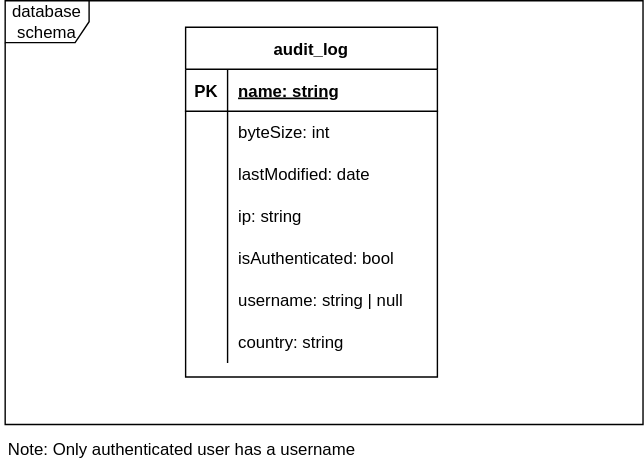
Above: analyzer/diagrams/db_schema.drawio.svg in paseaf/ContainerSSH-honeypot (draw.io), before the change. Source tidied: cells renumbered, new cells last; positions are measured from the earlier drawing's top-left corner, leaving out a move shared by most shapes. Its diagram source:
```xml
<mxGraphModel>
  <root>
    <mxCell id="0" />
    <mxCell id="1" parent="0" />
    <mxCell id="2" value="database schema" style="shape=umlFrame;whiteSpace=wrap;html=1;" parent="1" vertex="1">
      <mxGeometry x="3" width="456" height="303" as="geometry" />
    </mxCell>
    <mxCell id="3" value="audit_log" style="shape=table;startSize=30;rowLines=0;fontStyle=1;align=center;" parent="1" vertex="1">
      <mxGeometry x="132" y="19" width="180" height="250" as="geometry" />
    </mxCell>
    <mxCell id="4" style="shape=partialRectangle;fillColor=none;top=0;left=0;bottom=1;right=0;points=[[0,0.5],[1,0.5]];portConstraint=eastwest;" parent="3" vertex="1">
      <mxGeometry y="30" width="180" height="30" as="geometry" />
    </mxCell>
    <mxCell id="5" value="PK" style="shape=partialRectangle;fillColor=none;top=0;left=0;bottom=0;right=0;fontStyle=1;overflow=hidden;" parent="4" vertex="1">
      <mxGeometry width="30" height="30" as="geometry" />
    </mxCell>
    <mxCell id="6" value="name: string" style="shape=partialRectangle;fillColor=none;top=0;left=0;bottom=0;right=0;align=left;spacingLeft=6;fontStyle=5;overflow=hidden;" parent="4" vertex="1">
      <mxGeometry x="30" width="150" height="30" as="geometry" />
    </mxCell>
    <mxCell id="7" style="shape=partialRectangle;fillColor=none;top=0;left=0;bottom=0;right=0;" parent="3" vertex="1">
      <mxGeometry y="60" width="180" height="30" as="geometry" />
    </mxCell>
    <mxCell id="8" style="shape=partialRectangle;fillColor=none;top=0;left=0;bottom=0;right=0;overflow=hidden;" parent="7" vertex="1">
      <mxGeometry width="30" height="30" as="geometry" />
    </mxCell>
    <mxCell id="9" value="byteSize: int" style="shape=partialRectangle;fillColor=none;top=0;left=0;bottom=0;right=0;align=left;spacingLeft=6;overflow=hidden;" parent="7" vertex="1">
      <mxGeometry x="30" width="150" height="30" as="geometry" />
    </mxCell>
    <mxCell id="10" style="shape=partialRectangle;fillColor=none;top=0;left=0;bottom=0;right=0;" parent="3" vertex="1">
      <mxGeometry y="90" width="180" height="30" as="geometry" />
    </mxCell>
    <mxCell id="11" style="shape=partialRectangle;fillColor=none;top=0;left=0;bottom=0;right=0;overflow=hidden;" parent="10" vertex="1">
      <mxGeometry width="30" height="30" as="geometry" />
    </mxCell>
    <mxCell id="12" value="lastModified: date" style="shape=partialRectangle;fillColor=none;top=0;left=0;bottom=0;right=0;align=left;spacingLeft=6;overflow=hidden;" parent="10" vertex="1">
      <mxGeometry x="30" width="150" height="30" as="geometry" />
    </mxCell>
    <mxCell id="13" style="shape=partialRectangle;fillColor=none;top=0;left=0;bottom=0;right=0;" parent="3" vertex="1">
      <mxGeometry y="120" width="180" height="30" as="geometry" />
    </mxCell>
    <mxCell id="14" style="shape=partialRectangle;fillColor=none;top=0;left=0;bottom=0;right=0;overflow=hidden;" parent="13" vertex="1">
      <mxGeometry width="30" height="30" as="geometry" />
    </mxCell>
    <mxCell id="15" value="ip: string" style="shape=partialRectangle;fillColor=none;top=0;left=0;bottom=0;right=0;align=left;spacingLeft=6;overflow=hidden;" parent="13" vertex="1">
      <mxGeometry x="30" width="150" height="30" as="geometry" />
    </mxCell>
    <mxCell id="16" style="shape=partialRectangle;fillColor=none;top=0;left=0;bottom=0;right=0;" parent="3" vertex="1">
      <mxGeometry y="150" width="180" height="30" as="geometry" />
    </mxCell>
    <mxCell id="17" style="shape=partialRectangle;fillColor=none;top=0;left=0;bottom=0;right=0;overflow=hidden;" parent="16" vertex="1">
      <mxGeometry width="30" height="30" as="geometry" />
    </mxCell>
    <mxCell id="18" value="isAuthenticated: bool" style="shape=partialRectangle;fillColor=none;top=0;left=0;bottom=0;right=0;align=left;spacingLeft=6;overflow=hidden;" parent="16" vertex="1">
      <mxGeometry x="30" width="150" height="30" as="geometry" />
    </mxCell>
    <mxCell id="19" style="shape=partialRectangle;fillColor=none;top=0;left=0;bottom=0;right=0;" parent="3" vertex="1">
      <mxGeometry y="180" width="180" height="30" as="geometry" />
    </mxCell>
    <mxCell id="20" style="shape=partialRectangle;fillColor=none;top=0;left=0;bottom=0;right=0;overflow=hidden;" parent="19" vertex="1">
      <mxGeometry width="30" height="30" as="geometry" />
    </mxCell>
    <mxCell id="21" value="username: string | null" style="shape=partialRectangle;fillColor=none;top=0;left=0;bottom=0;right=0;align=left;spacingLeft=6;overflow=hidden;" parent="19" vertex="1">
      <mxGeometry x="30" width="150" height="30" as="geometry" />
    </mxCell>
    <mxCell id="22" style="shape=partialRectangle;fillColor=none;top=0;left=0;bottom=0;right=0;" parent="3" vertex="1">
      <mxGeometry y="210" width="180" height="30" as="geometry" />
    </mxCell>
    <mxCell id="23" style="shape=partialRectangle;fillColor=none;top=0;left=0;bottom=0;right=0;overflow=hidden;" parent="22" vertex="1">
      <mxGeometry width="30" height="30" as="geometry" />
    </mxCell>
    <mxCell id="24" value="country: string" style="shape=partialRectangle;fillColor=none;top=0;left=0;bottom=0;right=0;align=left;spacingLeft=6;overflow=hidden;" parent="22" vertex="1">
      <mxGeometry x="30" width="150" height="30" as="geometry" />
    </mxCell>
    <mxCell id="25" value="Note: Only authenticated user has a username" style="text;html=1;align=center;verticalAlign=middle;strokeColor=none;fillColor=none;" parent="1" vertex="1">
      <mxGeometry y="312" width="258" height="18" as="geometry" />
    </mxCell>
  </root>
</mxGraphModel>
```
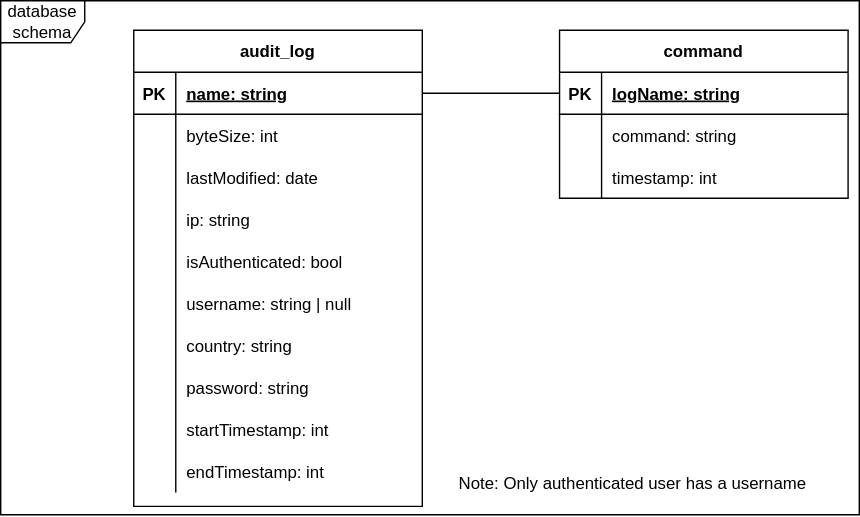
Later version of the same file.

Commit message:
feat: load decoded audit logs into db

Diff of the diagram source:
```diff
@@ -3,76 +3,136 @@
     <mxCell id="0" />
     <mxCell id="1" parent="0" />
     <mxCell id="2" value="database schema" style="shape=umlFrame;whiteSpace=wrap;html=1;" parent="1" vertex="1">
-      <mxGeometry x="3" width="456" height="303" as="geometry" />
+      <mxGeometry x="-20" y="-71" width="613" height="367" as="geometry" />
     </mxCell>
     <mxCell id="3" value="audit_log" style="shape=table;startSize=30;rowLines=0;fontStyle=1;align=center;" parent="1" vertex="1">
-      <mxGeometry x="132" y="19" width="180" height="250" as="geometry" />
+      <mxGeometry x="75" y="-50" width="206" height="340" as="geometry" />
     </mxCell>
     <mxCell id="4" style="shape=partialRectangle;fillColor=none;top=0;left=0;bottom=1;right=0;points=[[0,0.5],[1,0.5]];portConstraint=eastwest;" parent="3" vertex="1">
-      <mxGeometry y="30" width="180" height="30" as="geometry" />
+      <mxGeometry y="30" width="206" height="30" as="geometry" />
     </mxCell>
     <mxCell id="5" value="PK" style="shape=partialRectangle;fillColor=none;top=0;left=0;bottom=0;right=0;fontStyle=1;overflow=hidden;" parent="4" vertex="1">
       <mxGeometry width="30" height="30" as="geometry" />
     </mxCell>
     <mxCell id="6" value="name: string" style="shape=partialRectangle;fillColor=none;top=0;left=0;bottom=0;right=0;align=left;spacingLeft=6;fontStyle=5;overflow=hidden;" parent="4" vertex="1">
-      <mxGeometry x="30" width="150" height="30" as="geometry" />
+      <mxGeometry x="30" width="176" height="30" as="geometry" />
     </mxCell>
     <mxCell id="7" style="shape=partialRectangle;fillColor=none;top=0;left=0;bottom=0;right=0;" parent="3" vertex="1">
-      <mxGeometry y="60" width="180" height="30" as="geometry" />
+      <mxGeometry y="60" width="206" height="30" as="geometry" />
     </mxCell>
     <mxCell id="8" style="shape=partialRectangle;fillColor=none;top=0;left=0;bottom=0;right=0;overflow=hidden;" parent="7" vertex="1">
       <mxGeometry width="30" height="30" as="geometry" />
     </mxCell>
     <mxCell id="9" value="byteSize: int" style="shape=partialRectangle;fillColor=none;top=0;left=0;bottom=0;right=0;align=left;spacingLeft=6;overflow=hidden;" parent="7" vertex="1">
-      <mxGeometry x="30" width="150" height="30" as="geometry" />
+      <mxGeometry x="30" width="176" height="30" as="geometry" />
     </mxCell>
     <mxCell id="10" style="shape=partialRectangle;fillColor=none;top=0;left=0;bottom=0;right=0;" parent="3" vertex="1">
-      <mxGeometry y="90" width="180" height="30" as="geometry" />
+      <mxGeometry y="90" width="206" height="30" as="geometry" />
     </mxCell>
     <mxCell id="11" style="shape=partialRectangle;fillColor=none;top=0;left=0;bottom=0;right=0;overflow=hidden;" parent="10" vertex="1">
       <mxGeometry width="30" height="30" as="geometry" />
     </mxCell>
     <mxCell id="12" value="lastModified: date" style="shape=partialRectangle;fillColor=none;top=0;left=0;bottom=0;right=0;align=left;spacingLeft=6;overflow=hidden;" parent="10" vertex="1">
-      <mxGeometry x="30" width="150" height="30" as="geometry" />
+      <mxGeometry x="30" width="176" height="30" as="geometry" />
     </mxCell>
     <mxCell id="13" style="shape=partialRectangle;fillColor=none;top=0;left=0;bottom=0;right=0;" parent="3" vertex="1">
-      <mxGeometry y="120" width="180" height="30" as="geometry" />
+      <mxGeometry y="120" width="206" height="30" as="geometry" />
     </mxCell>
     <mxCell id="14" style="shape=partialRectangle;fillColor=none;top=0;left=0;bottom=0;right=0;overflow=hidden;" parent="13" vertex="1">
       <mxGeometry width="30" height="30" as="geometry" />
     </mxCell>
     <mxCell id="15" value="ip: string" style="shape=partialRectangle;fillColor=none;top=0;left=0;bottom=0;right=0;align=left;spacingLeft=6;overflow=hidden;" parent="13" vertex="1">
-      <mxGeometry x="30" width="150" height="30" as="geometry" />
+      <mxGeometry x="30" width="176" height="30" as="geometry" />
     </mxCell>
     <mxCell id="16" style="shape=partialRectangle;fillColor=none;top=0;left=0;bottom=0;right=0;" parent="3" vertex="1">
-      <mxGeometry y="150" width="180" height="30" as="geometry" />
+      <mxGeometry y="150" width="206" height="30" as="geometry" />
     </mxCell>
     <mxCell id="17" style="shape=partialRectangle;fillColor=none;top=0;left=0;bottom=0;right=0;overflow=hidden;" parent="16" vertex="1">
       <mxGeometry width="30" height="30" as="geometry" />
     </mxCell>
     <mxCell id="18" value="isAuthenticated: bool" style="shape=partialRectangle;fillColor=none;top=0;left=0;bottom=0;right=0;align=left;spacingLeft=6;overflow=hidden;" parent="16" vertex="1">
-      <mxGeometry x="30" width="150" height="30" as="geometry" />
+      <mxGeometry x="30" width="176" height="30" as="geometry" />
     </mxCell>
     <mxCell id="19" style="shape=partialRectangle;fillColor=none;top=0;left=0;bottom=0;right=0;" parent="3" vertex="1">
-      <mxGeometry y="180" width="180" height="30" as="geometry" />
+      <mxGeometry y="180" width="206" height="30" as="geometry" />
     </mxCell>
     <mxCell id="20" style="shape=partialRectangle;fillColor=none;top=0;left=0;bottom=0;right=0;overflow=hidden;" parent="19" vertex="1">
       <mxGeometry width="30" height="30" as="geometry" />
     </mxCell>
     <mxCell id="21" value="username: string | null" style="shape=partialRectangle;fillColor=none;top=0;left=0;bottom=0;right=0;align=left;spacingLeft=6;overflow=hidden;" parent="19" vertex="1">
-      <mxGeometry x="30" width="150" height="30" as="geometry" />
+      <mxGeometry x="30" width="176" height="30" as="geometry" />
     </mxCell>
     <mxCell id="22" style="shape=partialRectangle;fillColor=none;top=0;left=0;bottom=0;right=0;" parent="3" vertex="1">
-      <mxGeometry y="210" width="180" height="30" as="geometry" />
+      <mxGeometry y="210" width="206" height="30" as="geometry" />
     </mxCell>
     <mxCell id="23" style="shape=partialRectangle;fillColor=none;top=0;left=0;bottom=0;right=0;overflow=hidden;" parent="22" vertex="1">
       <mxGeometry width="30" height="30" as="geometry" />
     </mxCell>
     <mxCell id="24" value="country: string" style="shape=partialRectangle;fillColor=none;top=0;left=0;bottom=0;right=0;align=left;spacingLeft=6;overflow=hidden;" parent="22" vertex="1">
-      <mxGeometry x="30" width="150" height="30" as="geometry" />
+      <mxGeometry x="30" width="176" height="30" as="geometry" />
     </mxCell>
+    <mxCell id="26" style="shape=partialRectangle;fillColor=none;top=0;left=0;bottom=0;right=0;" parent="3" vertex="1">
+      <mxGeometry y="240" width="206" height="30" as="geometry" />
+    </mxCell>
+    <mxCell id="27" style="shape=partialRectangle;fillColor=none;top=0;left=0;bottom=0;right=0;overflow=hidden;" parent="26" vertex="1">
+      <mxGeometry width="30" height="30" as="geometry" />
+    </mxCell>
+    <mxCell id="28" value="password: string" style="shape=partialRectangle;fillColor=none;top=0;left=0;bottom=0;right=0;align=left;spacingLeft=6;overflow=hidden;" parent="26" vertex="1">
+      <mxGeometry x="30" width="176" height="30" as="geometry" />
+    </mxCell>
+    <mxCell id="29" style="shape=partialRectangle;fillColor=none;top=0;left=0;bottom=0;right=0;" parent="3" vertex="1">
+      <mxGeometry y="270" width="206" height="30" as="geometry" />
+    </mxCell>
+    <mxCell id="30" style="shape=partialRectangle;fillColor=none;top=0;left=0;bottom=0;right=0;overflow=hidden;" parent="29" vertex="1">
+      <mxGeometry width="30" height="30" as="geometry" />
+    </mxCell>
+    <mxCell id="31" value="startTimestamp: int" style="shape=partialRectangle;fillColor=none;top=0;left=0;bottom=0;right=0;align=left;spacingLeft=6;overflow=hidden;" parent="29" vertex="1">
+      <mxGeometry x="30" width="176" height="30" as="geometry" />
+    </mxCell>
+    <mxCell id="32" style="shape=partialRectangle;fillColor=none;top=0;left=0;bottom=0;right=0;" parent="3" vertex="1">
+      <mxGeometry y="300" width="206" height="30" as="geometry" />
+    </mxCell>
+    <mxCell id="33" style="shape=partialRectangle;fillColor=none;top=0;left=0;bottom=0;right=0;overflow=hidden;" parent="32" vertex="1">
+      <mxGeometry width="30" height="30" as="geometry" />
+    </mxCell>
+    <mxCell id="34" value="endTimestamp: int" style="shape=partialRectangle;fillColor=none;top=0;left=0;bottom=0;right=0;align=left;spacingLeft=6;overflow=hidden;" parent="32" vertex="1">
+      <mxGeometry x="30" width="176" height="30" as="geometry" />
+    </mxCell>
     <mxCell id="25" value="Note: Only authenticated user has a username" style="text;html=1;align=center;verticalAlign=middle;strokeColor=none;fillColor=none;" parent="1" vertex="1">
-      <mxGeometry y="312" width="258" height="18" as="geometry" />
+      <mxGeometry x="302" y="265" width="258" height="18" as="geometry" />
     </mxCell>
+    <mxCell id="35" value="command" style="shape=table;startSize=30;rowLines=0;fontStyle=1;align=center;" parent="1" vertex="1">
+      <mxGeometry x="379" y="-50" width="206" height="120" as="geometry" />
+    </mxCell>
+    <mxCell id="36" style="shape=partialRectangle;fillColor=none;top=0;left=0;bottom=1;right=0;points=[[0,0.5],[1,0.5]];portConstraint=eastwest;" parent="35" vertex="1">
+      <mxGeometry y="30" width="206" height="30" as="geometry" />
+    </mxCell>
+    <mxCell id="37" value="PK" style="shape=partialRectangle;fillColor=none;top=0;left=0;bottom=0;right=0;fontStyle=1;overflow=hidden;" parent="36" vertex="1">
+      <mxGeometry width="30" height="30" as="geometry" />
+    </mxCell>
+    <mxCell id="38" value="logName: string" style="shape=partialRectangle;fillColor=none;top=0;left=0;bottom=0;right=0;align=left;spacingLeft=6;fontStyle=5;overflow=hidden;" parent="36" vertex="1">
+      <mxGeometry x="30" width="176" height="30" as="geometry" />
+    </mxCell>
+    <mxCell id="39" style="shape=partialRectangle;fillColor=none;top=0;left=0;bottom=0;right=0;" parent="35" vertex="1">
+      <mxGeometry y="60" width="206" height="30" as="geometry" />
+    </mxCell>
+    <mxCell id="40" style="shape=partialRectangle;fillColor=none;top=0;left=0;bottom=0;right=0;overflow=hidden;" parent="39" vertex="1">
+      <mxGeometry width="30" height="30" as="geometry" />
+    </mxCell>
+    <mxCell id="41" value="command: string" style="shape=partialRectangle;fillColor=none;top=0;left=0;bottom=0;right=0;align=left;spacingLeft=6;overflow=hidden;" parent="39" vertex="1">
+      <mxGeometry x="30" width="176" height="30" as="geometry" />
+    </mxCell>
+    <mxCell id="42" style="shape=partialRectangle;fillColor=none;top=0;left=0;bottom=0;right=0;" parent="35" vertex="1">
+      <mxGeometry y="90" width="206" height="30" as="geometry" />
+    </mxCell>
+    <mxCell id="43" style="shape=partialRectangle;fillColor=none;top=0;left=0;bottom=0;right=0;overflow=hidden;" parent="42" vertex="1">
+      <mxGeometry width="30" height="30" as="geometry" />
+    </mxCell>
+    <mxCell id="44" value="timestamp: int" style="shape=partialRectangle;fillColor=none;top=0;left=0;bottom=0;right=0;align=left;spacingLeft=6;overflow=hidden;" parent="42" vertex="1">
+      <mxGeometry x="30" width="176" height="30" as="geometry" />
+    </mxCell>
+    <mxCell id="45" style="edgeStyle=none;html=1;exitX=1;exitY=0.5;exitDx=0;exitDy=0;entryX=0;entryY=0.5;entryDx=0;entryDy=0;endArrow=none;endFill=0;" parent="1" edge="1" source="4" target="36">
+      <mxGeometry relative="1" as="geometry" />
+    </mxCell>
   </root>
 </mxGraphModel>
```
